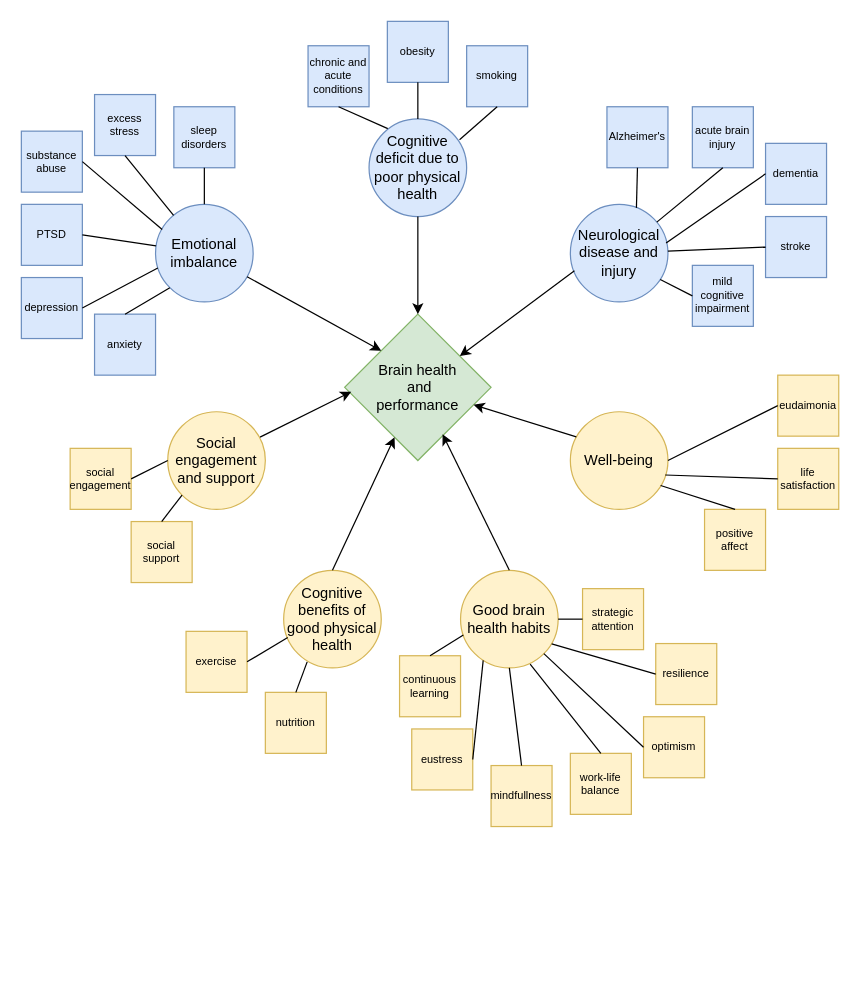
This is Pathways diagram.drawio from gennacampain/RProjects, a draw.io file, before an edit. Source tidied: cells renumbered, new cells numbered last; positions are measured from the earlier drawing's top-left corner, leaving out a move shared by most shapes. Both pictures are drawn from the tidied source at 122%, with x=0, y=0 at pixel (21, 21).
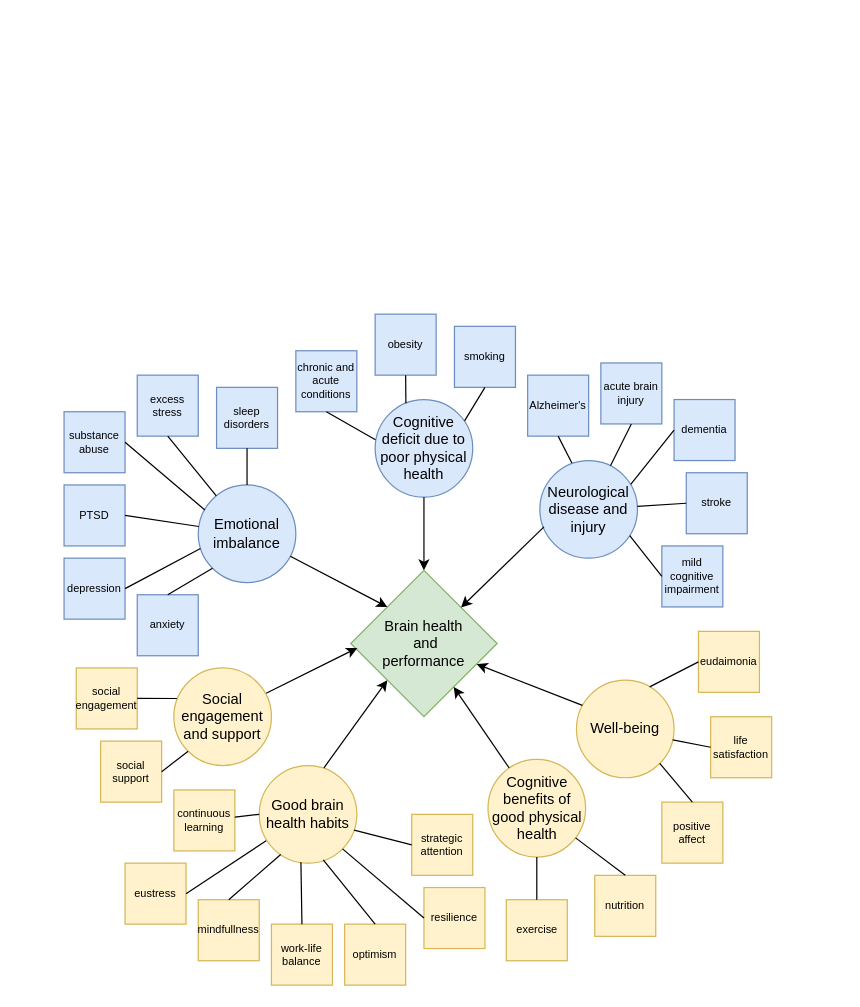
The same page after the edit.

What changed in the source:
```diff
@@
     <mxCell id="2" value="Emotional imbalance" style="ellipse;whiteSpace=wrap;html=1;fillColor=#dae8fc;strokeColor=#6c8ebf;" parent="1" vertex="1">
-      <mxGeometry x="110" y="150" width="80" height="80" as="geometry" />
+      <mxGeometry x="145" y="380" width="80" height="80" as="geometry" />
     </mxCell>
     <mxCell id="3" value="Neurological disease and injury" style="ellipse;whiteSpace=wrap;html=1;fillColor=#dae8fc;strokeColor=#6c8ebf;" parent="1" vertex="1">
-      <mxGeometry x="450" y="150" width="80" height="80" as="geometry" />
+      <mxGeometry x="425" y="360" width="80" height="80" as="geometry" />
     </mxCell>
     <mxCell id="4" value="Cognitive deficit due to poor physical health" style="ellipse;whiteSpace=wrap;html=1;fillColor=#dae8fc;strokeColor=#6c8ebf;" parent="1" vertex="1">
-      <mxGeometry x="285" y="80" width="80" height="80" as="geometry" />
+      <mxGeometry x="290" y="310" width="80" height="80" as="geometry" />
     </mxCell>
     <mxCell id="5" value="Well-being" style="ellipse;whiteSpace=wrap;html=1;fillColor=#fff2cc;strokeColor=#d6b656;" parent="1" vertex="1">
-      <mxGeometry x="450" y="320" width="80" height="80" as="geometry" />
+      <mxGeometry x="455" y="540" width="80" height="80" as="geometry" />
     </mxCell>
     <mxCell id="6" value="Social engagement and support" style="ellipse;whiteSpace=wrap;html=1;fillColor=#fff2cc;strokeColor=#d6b656;" parent="1" vertex="1">
-      <mxGeometry x="120" y="320" width="80" height="80" as="geometry" />
+      <mxGeometry x="125" y="530" width="80" height="80" as="geometry" />
     </mxCell>
     <mxCell id="7" value="Cognitive benefits of good physical health" style="ellipse;whiteSpace=wrap;html=1;fillColor=#fff2cc;strokeColor=#d6b656;" parent="1" vertex="1">
-      <mxGeometry x="215" y="450" width="80" height="80" as="geometry" />
+      <mxGeometry x="382.5" y="605" width="80" height="80" as="geometry" />
     </mxCell>
     <mxCell id="8" value="Good brain health habits" style="ellipse;whiteSpace=wrap;html=1;fillColor=#fff2cc;strokeColor=#d6b656;" parent="1" vertex="1">
-      <mxGeometry x="360" y="450" width="80" height="80" as="geometry" />
+      <mxGeometry x="195" y="610" width="80" height="80" as="geometry" />
     </mxCell>
     <mxCell id="9" value="dementia" style="whiteSpace=wrap;html=1;fontSize=9;fillColor=#dae8fc;strokeColor=#6c8ebf;" parent="1" vertex="1">
-      <mxGeometry x="610" y="100" width="50" height="50" as="geometry" />
+      <mxGeometry x="535" y="310" width="50" height="50" as="geometry" />
     </mxCell>
     <mxCell id="10" value="mild cognitive impairment" style="whiteSpace=wrap;html=1;fontSize=9;fillColor=#dae8fc;strokeColor=#6c8ebf;" parent="1" vertex="1">
-      <mxGeometry x="550" y="200" width="50" height="50" as="geometry" />
+      <mxGeometry x="525" y="430" width="50" height="50" as="geometry" />
     </mxCell>
     <mxCell id="11" value="Alzheimer's" style="whiteSpace=wrap;html=1;fontSize=9;fillColor=#dae8fc;strokeColor=#6c8ebf;" parent="1" vertex="1">
-      <mxGeometry x="480" y="70" width="50" height="50" as="geometry" />
+      <mxGeometry x="415" y="290" width="50" height="50" as="geometry" />
     </mxCell>
     <mxCell id="12" value="acute brain injury" style="whiteSpace=wrap;html=1;fontSize=9;direction=south;fillColor=#dae8fc;strokeColor=#6c8ebf;" parent="1" vertex="1">
-      <mxGeometry x="550" y="70" width="50" height="50" as="geometry" />
+      <mxGeometry x="475" y="280" width="50" height="50" as="geometry" />
     </mxCell>
     <mxCell id="13" value="stroke" style="whiteSpace=wrap;html=1;fontSize=9;fillColor=#dae8fc;strokeColor=#6c8ebf;" parent="1" vertex="1">
-      <mxGeometry x="610" y="160" width="50" height="50" as="geometry" />
+      <mxGeometry x="545" y="370" width="50" height="50" as="geometry" />
     </mxCell>
-    <mxCell id="14" style="endArrow=none;html=1;rounded=0;entryX=0.5;entryY=1;entryDx=0;entryDy=0;exitX=0.677;exitY=0.036;exitDx=0;exitDy=0;exitPerimeter=0;" parent="1" edge="1" source="3" target="11">
+    <mxCell id="14" style="endArrow=none;html=1;rounded=0;entryX=0.5;entryY=1;entryDx=0;entryDy=0;exitX=0.328;exitY=0.026;exitDx=0;exitDy=0;exitPerimeter=0;" parent="1" edge="1" source="3" target="11">
       <mxGeometry relative="1" as="geometry" />
     </mxCell>
@@
-    <mxCell id="16" style="endArrow=none;html=1;rounded=0;entryX=0;entryY=0.5;entryDx=0;entryDy=0;exitX=0.981;exitY=0.395;exitDx=0;exitDy=0;exitPerimeter=0;" parent="1" edge="1" source="3" target="9">
+    <mxCell id="16" style="endArrow=none;html=1;rounded=0;entryX=0;entryY=0.5;entryDx=0;entryDy=0;exitX=0.931;exitY=0.244;exitDx=0;exitDy=0;exitPerimeter=0;" parent="1" edge="1" source="3" target="9">
       <mxGeometry relative="1" as="geometry" />
     </mxCell>
@@
     <mxCell id="19" value="chronic and acute conditions" style="whiteSpace=wrap;html=1;fontSize=9;fillColor=#dae8fc;strokeColor=#6c8ebf;" parent="1" vertex="1">
-      <mxGeometry x="235" y="20" width="50" height="50" as="geometry" />
+      <mxGeometry x="225" y="270" width="50" height="50" as="geometry" />
     </mxCell>
     <mxCell id="20" value="obesity" style="whiteSpace=wrap;html=1;fontSize=9;fillColor=#dae8fc;strokeColor=#6c8ebf;" parent="1" vertex="1">
-      <mxGeometry x="300" width="50" height="50" as="geometry" />
+      <mxGeometry x="290" y="240" width="50" height="50" as="geometry" />
     </mxCell>
     <mxCell id="21" value="smoking" style="whiteSpace=wrap;html=1;fontSize=9;fillColor=#dae8fc;strokeColor=#6c8ebf;" parent="1" vertex="1">
-      <mxGeometry x="365" y="20" width="50" height="50" as="geometry" />
+      <mxGeometry x="355" y="250" width="50" height="50" as="geometry" />
     </mxCell>
-    <mxCell id="22" style="endArrow=none;html=1;rounded=0;entryX=0.5;entryY=1;entryDx=0;entryDy=0;exitX=0.192;exitY=0.099;exitDx=0;exitDy=0;exitPerimeter=0;" parent="1" edge="1" source="4" target="19">
+    <mxCell id="22" style="endArrow=none;html=1;rounded=0;entryX=0.5;entryY=1;entryDx=0;entryDy=0;exitX=0.003;exitY=0.411;exitDx=0;exitDy=0;exitPerimeter=0;" parent="1" edge="1" source="4" target="19">
       <mxGeometry relative="1" as="geometry" />
     </mxCell>
-    <mxCell id="23" style="endArrow=none;html=1;rounded=0;entryX=0.5;entryY=1;entryDx=0;entryDy=0;exitX=0.5;exitY=0;exitDx=0;exitDy=0;" parent="1" edge="1" source="4" target="20">
+    <mxCell id="23" style="endArrow=none;html=1;rounded=0;entryX=0.5;entryY=1;entryDx=0;entryDy=0;exitX=0.315;exitY=0.037;exitDx=0;exitDy=0;exitPerimeter=0;" parent="1" edge="1" source="4" target="20">
       <mxGeometry relative="1" as="geometry" />
     </mxCell>
-    <mxCell id="24" style="endArrow=none;html=1;rounded=0;entryX=0.5;entryY=1;entryDx=0;entryDy=0;exitX=0.927;exitY=0.213;exitDx=0;exitDy=0;exitPerimeter=0;" parent="1" edge="1" source="4" target="21">
+    <mxCell id="24" style="endArrow=none;html=1;rounded=0;entryX=0.5;entryY=1;entryDx=0;entryDy=0;exitX=0.916;exitY=0.218;exitDx=0;exitDy=0;exitPerimeter=0;" parent="1" edge="1" source="4" target="21">
       <mxGeometry relative="1" as="geometry" />
     </mxCell>
     <mxCell id="25" value="anxiety" style="whiteSpace=wrap;html=1;fontSize=9;fillColor=#dae8fc;strokeColor=#6c8ebf;" parent="1" vertex="1">
-      <mxGeometry x="60" y="240" width="50" height="50" as="geometry" />
+      <mxGeometry x="95" y="470" width="50" height="50" as="geometry" />
     </mxCell>
     <mxCell id="26" value="depression" style="whiteSpace=wrap;html=1;fontSize=9;fillColor=#dae8fc;strokeColor=#6c8ebf;" parent="1" vertex="1">
-      <mxGeometry y="210" width="50" height="50" as="geometry" />
+      <mxGeometry x="35" y="440" width="50" height="50" as="geometry" />
     </mxCell>
     <mxCell id="27" value="PTSD" style="whiteSpace=wrap;html=1;fontSize=9;fillColor=#dae8fc;strokeColor=#6c8ebf;" parent="1" vertex="1">
-      <mxGeometry y="150" width="50" height="50" as="geometry" />
+      <mxGeometry x="35" y="380" width="50" height="50" as="geometry" />
     </mxCell>
     <mxCell id="28" value="excess stress" style="whiteSpace=wrap;html=1;fontSize=9;fillColor=#dae8fc;strokeColor=#6c8ebf;" parent="1" vertex="1">
-      <mxGeometry x="60" y="60" width="50" height="50" as="geometry" />
+      <mxGeometry x="95" y="290" width="50" height="50" as="geometry" />
     </mxCell>
     <mxCell id="29" value="sleep disorders" style="whiteSpace=wrap;html=1;fontSize=9;fillColor=#dae8fc;strokeColor=#6c8ebf;" parent="1" vertex="1">
-      <mxGeometry x="125" y="70" width="50" height="50" as="geometry" />
+      <mxGeometry x="160" y="300" width="50" height="50" as="geometry" />
     </mxCell>
     <mxCell id="30" value="substance abuse" style="whiteSpace=wrap;html=1;fontSize=9;fillColor=#dae8fc;strokeColor=#6c8ebf;" parent="1" vertex="1">
-      <mxGeometry y="90" width="50" height="50" as="geometry" />
+      <mxGeometry x="35" y="320" width="50" height="50" as="geometry" />
     </mxCell>
@@
     <mxCell id="37" value="Brain health&lt;br&gt;&amp;nbsp;and &lt;br&gt;performance" style="rhombus;whiteSpace=wrap;html=1;fillColor=#d5e8d4;strokeColor=#82b366;" parent="1" vertex="1">
-      <mxGeometry x="265" y="240" width="120" height="120" as="geometry" />
+      <mxGeometry x="270" y="450" width="120" height="120" as="geometry" />
     </mxCell>
     <mxCell id="38" value="social engagement" style="whiteSpace=wrap;html=1;fontSize=9;fillColor=#fff2cc;strokeColor=#d6b656;" parent="1" vertex="1">
-      <mxGeometry x="40" y="350" width="50" height="50" as="geometry" />
+      <mxGeometry x="45" y="530" width="50" height="50" as="geometry" />
     </mxCell>
     <mxCell id="39" value="social support" style="whiteSpace=wrap;html=1;fontSize=9;fillColor=#fff2cc;strokeColor=#d6b656;" parent="1" vertex="1">
-      <mxGeometry x="90" y="410" width="50" height="50" as="geometry" />
+      <mxGeometry x="65" y="590" width="50" height="50" as="geometry" />
     </mxCell>
     <mxCell id="40" value="exercise" style="whiteSpace=wrap;html=1;fontSize=9;fillColor=#fff2cc;strokeColor=#d6b656;" parent="1" vertex="1">
-      <mxGeometry x="135" y="500" width="50" height="50" as="geometry" />
+      <mxGeometry x="397.5" y="720" width="50" height="50" as="geometry" />
     </mxCell>
     <mxCell id="41" value="nutrition" style="whiteSpace=wrap;html=1;fontSize=9;fillColor=#fff2cc;strokeColor=#d6b656;" parent="1" vertex="1">
-      <mxGeometry x="200" y="550" width="50" height="50" as="geometry" />
+      <mxGeometry x="470" y="700" width="50" height="50" as="geometry" />
     </mxCell>
     <mxCell id="42" value="continuous learning" style="whiteSpace=wrap;html=1;fontSize=9;fillColor=#fff2cc;strokeColor=#d6b656;" parent="1" vertex="1">
-      <mxGeometry x="310" y="520" width="50" height="50" as="geometry" />
+      <mxGeometry x="125" y="630" width="50" height="50" as="geometry" />
     </mxCell>
     <mxCell id="43" value="eustress" style="whiteSpace=wrap;html=1;fontSize=9;fillColor=#fff2cc;strokeColor=#d6b656;" parent="1" vertex="1">
-      <mxGeometry x="320" y="580" width="50" height="50" as="geometry" />
+      <mxGeometry x="85" y="690" width="50" height="50" as="geometry" />
     </mxCell>
     <mxCell id="44" value="mindfullness" style="whiteSpace=wrap;html=1;fontSize=9;fillColor=#fff2cc;strokeColor=#d6b656;" parent="1" vertex="1">
-      <mxGeometry x="385" y="610" width="50" height="50" as="geometry" />
+      <mxGeometry x="145" y="720" width="50" height="50" as="geometry" />
     </mxCell>
     <mxCell id="45" value="optimism" style="whiteSpace=wrap;html=1;fontSize=9;fillColor=#fff2cc;strokeColor=#d6b656;" parent="1" vertex="1">
-      <mxGeometry x="510" y="570" width="50" height="50" as="geometry" />
+      <mxGeometry x="265" y="740" width="50" height="50" as="geometry" />
     </mxCell>
     <mxCell id="46" value="resilience" style="whiteSpace=wrap;html=1;fontSize=9;fillColor=#fff2cc;strokeColor=#d6b656;" parent="1" vertex="1">
-      <mxGeometry x="520" y="510" width="50" height="50" as="geometry" />
+      <mxGeometry x="330" y="710" width="50" height="50" as="geometry" />
     </mxCell>
     <mxCell id="47" value="strategic attention" style="whiteSpace=wrap;html=1;fontSize=9;fillColor=#fff2cc;strokeColor=#d6b656;" parent="1" vertex="1">
-      <mxGeometry x="460" y="465" width="50" height="50" as="geometry" />
+      <mxGeometry x="320" y="650" width="50" height="50" as="geometry" />
     </mxCell>
     <mxCell id="48" value="work-life balance" style="whiteSpace=wrap;html=1;fontSize=9;fillColor=#fff2cc;strokeColor=#d6b656;" parent="1" vertex="1">
-      <mxGeometry x="450" y="600" width="50" height="50" as="geometry" />
+      <mxGeometry x="205" y="740" width="50" height="50" as="geometry" />
     </mxCell>
     <mxCell id="49" value="eudaimonia" style="whiteSpace=wrap;html=1;fontSize=9;fillColor=#fff2cc;strokeColor=#d6b656;" parent="1" vertex="1">
-      <mxGeometry x="620" y="290" width="50" height="50" as="geometry" />
+      <mxGeometry x="555" y="500" width="50" height="50" as="geometry" />
     </mxCell>
     <mxCell id="50" value="life satisfaction" style="whiteSpace=wrap;html=1;fontSize=9;fillColor=#fff2cc;strokeColor=#d6b656;" parent="1" vertex="1">
-      <mxGeometry x="620" y="350" width="50" height="50" as="geometry" />
+      <mxGeometry x="565" y="570" width="50" height="50" as="geometry" />
     </mxCell>
     <mxCell id="51" value="positive affect" style="whiteSpace=wrap;html=1;fontSize=9;fillColor=#fff2cc;strokeColor=#d6b656;" parent="1" vertex="1">
-      <mxGeometry x="560" y="400" width="50" height="50" as="geometry" />
+      <mxGeometry x="525" y="640" width="50" height="50" as="geometry" />
     </mxCell>
-    <mxCell id="52" style="endArrow=none;html=1;rounded=0;entryX=1;entryY=0.5;entryDx=0;entryDy=0;exitX=0;exitY=0.5;exitDx=0;exitDy=0;" parent="1" edge="1" source="6" target="38">
+    <mxCell id="52" style="endArrow=none;html=1;rounded=0;entryX=1;entryY=0.5;entryDx=0;entryDy=0;exitX=0.031;exitY=0.313;exitDx=0;exitDy=0;exitPerimeter=0;" parent="1" edge="1" source="6" target="38">
       <mxGeometry relative="1" as="geometry" />
     </mxCell>
-    <mxCell id="53" style="endArrow=none;html=1;rounded=0;entryX=0.5;entryY=0;entryDx=0;entryDy=0;exitX=0;exitY=1;exitDx=0;exitDy=0;" parent="1" edge="1" source="6" target="39">
+    <mxCell id="53" style="endArrow=none;html=1;rounded=0;entryX=1;entryY=0.5;entryDx=0;entryDy=0;exitX=0;exitY=1;exitDx=0;exitDy=0;" parent="1" edge="1" source="6" target="39">
       <mxGeometry relative="1" as="geometry" />
     </mxCell>
-    <mxCell id="54" style="endArrow=none;html=1;rounded=0;entryX=1;entryY=0.5;entryDx=0;entryDy=0;exitX=0.042;exitY=0.688;exitDx=0;exitDy=0;exitPerimeter=0;" parent="1" edge="1" source="7" target="40">
+    <mxCell id="54" style="endArrow=none;html=1;rounded=0;entryX=0.5;entryY=0;entryDx=0;entryDy=0;exitX=0.5;exitY=1;exitDx=0;exitDy=0;" parent="1" edge="1" source="7" target="40">
       <mxGeometry relative="1" as="geometry" />
     </mxCell>
-    <mxCell id="55" style="endArrow=none;html=1;rounded=0;entryX=0.5;entryY=0;entryDx=0;entryDy=0;exitX=0.241;exitY=0.938;exitDx=0;exitDy=0;exitPerimeter=0;" parent="1" edge="1" source="7" target="41">
+    <mxCell id="55" style="endArrow=none;html=1;rounded=0;entryX=0.5;entryY=0;entryDx=0;entryDy=0;" parent="1" edge="1" source="7" target="41">
       <mxGeometry relative="1" as="geometry" />
     </mxCell>
-    <mxCell id="56" style="endArrow=none;html=1;rounded=0;entryX=0.5;entryY=0;entryDx=0;entryDy=0;exitX=0.029;exitY=0.662;exitDx=0;exitDy=0;exitPerimeter=0;" parent="1" edge="1" source="8" target="42">
+    <mxCell id="56" style="endArrow=none;html=1;rounded=0;exitX=0;exitY=0.5;exitDx=0;exitDy=0;" parent="1" edge="1" source="8" target="42">
       <mxGeometry relative="1" as="geometry" />
     </mxCell>
-    <mxCell id="57" style="endArrow=none;html=1;rounded=0;entryX=1;entryY=0.5;entryDx=0;entryDy=0;exitX=0.232;exitY=0.922;exitDx=0;exitDy=0;exitPerimeter=0;" parent="1" edge="1" source="8" target="43">
+    <mxCell id="57" style="endArrow=none;html=1;rounded=0;entryX=1;entryY=0.5;entryDx=0;entryDy=0;exitX=0.071;exitY=0.77;exitDx=0;exitDy=0;exitPerimeter=0;" parent="1" edge="1" source="8" target="43">
       <mxGeometry relative="1" as="geometry" />
     </mxCell>
-    <mxCell id="58" style="endArrow=none;html=1;rounded=0;entryX=0.5;entryY=0;entryDx=0;entryDy=0;exitX=0.5;exitY=1;exitDx=0;exitDy=0;" parent="1" edge="1" source="8" target="44">
+    <mxCell id="58" style="endArrow=none;html=1;rounded=0;entryX=0.5;entryY=0;entryDx=0;entryDy=0;exitX=0.22;exitY=0.911;exitDx=0;exitDy=0;exitPerimeter=0;" parent="1" edge="1" source="8" target="44">
       <mxGeometry relative="1" as="geometry" />
     </mxCell>
-    <mxCell id="59" style="endArrow=none;html=1;rounded=0;entryX=0.5;entryY=0;entryDx=0;entryDy=0;exitX=0.713;exitY=0.961;exitDx=0;exitDy=0;exitPerimeter=0;" parent="1" edge="1" source="8" target="48">
+    <mxCell id="59" style="endArrow=none;html=1;rounded=0;entryX=0.5;entryY=0;entryDx=0;entryDy=0;exitX=0.427;exitY=0.99;exitDx=0;exitDy=0;exitPerimeter=0;" parent="1" edge="1" source="8" target="48">
       <mxGeometry relative="1" as="geometry" />
     </mxCell>
-    <mxCell id="60" style="endArrow=none;html=1;rounded=0;entryX=0;entryY=0.5;entryDx=0;entryDy=0;exitX=1;exitY=1;exitDx=0;exitDy=0;" parent="1" edge="1" source="8" target="45">
+    <mxCell id="60" style="endArrow=none;html=1;rounded=0;entryX=0.5;entryY=0;entryDx=0;entryDy=0;exitX=0.656;exitY=0.967;exitDx=0;exitDy=0;exitPerimeter=0;" parent="1" edge="1" source="8" target="45">
       <mxGeometry relative="1" as="geometry" />
     </mxCell>
-    <mxCell id="61" style="endArrow=none;html=1;rounded=0;entryX=0;entryY=0.5;entryDx=0;entryDy=0;exitX=0.934;exitY=0.754;exitDx=0;exitDy=0;exitPerimeter=0;" parent="1" edge="1" source="8" target="46">
+    <mxCell id="61" style="endArrow=none;html=1;rounded=0;entryX=0;entryY=0.5;entryDx=0;entryDy=0;exitX=1;exitY=1;exitDx=0;exitDy=0;" parent="1" edge="1" source="8" target="46">
       <mxGeometry relative="1" as="geometry" />
     </mxCell>
-    <mxCell id="62" style="endArrow=none;html=1;rounded=0;entryX=0;entryY=0.5;entryDx=0;entryDy=0;exitX=1;exitY=0.5;exitDx=0;exitDy=0;" parent="1" edge="1" source="8" target="47">
+    <mxCell id="62" style="endArrow=none;html=1;rounded=0;entryX=0;entryY=0.5;entryDx=0;entryDy=0;exitX=0.972;exitY=0.662;exitDx=0;exitDy=0;exitPerimeter=0;" parent="1" edge="1" source="8" target="47">
       <mxGeometry relative="1" as="geometry" />
     </mxCell>
-    <mxCell id="63" style="endArrow=none;html=1;rounded=0;entryX=0;entryY=0.5;entryDx=0;entryDy=0;exitX=1;exitY=0.5;exitDx=0;exitDy=0;" parent="1" edge="1" source="5" target="49">
+    <mxCell id="63" style="endArrow=none;html=1;rounded=0;entryX=0;entryY=0.5;entryDx=0;entryDy=0;exitX=0.75;exitY=0.069;exitDx=0;exitDy=0;exitPerimeter=0;" parent="1" edge="1" source="5" target="49">
       <mxGeometry relative="1" as="geometry" />
     </mxCell>
-    <mxCell id="64" style="endArrow=none;html=1;rounded=0;exitX=0.972;exitY=0.648;exitDx=0;exitDy=0;entryX=0;entryY=0.5;entryDx=0;entryDy=0;exitPerimeter=0;" parent="1" edge="1" source="5" target="50">
+    <mxCell id="64" style="endArrow=none;html=1;rounded=0;entryX=0;entryY=0.5;entryDx=0;entryDy=0;exitX=0.986;exitY=0.611;exitDx=0;exitDy=0;exitPerimeter=0;" parent="1" edge="1" source="5" target="50">
       <mxGeometry relative="1" as="geometry" />
     </mxCell>
-    <mxCell id="65" style="endArrow=none;html=1;rounded=0;exitX=0.925;exitY=0.756;exitDx=0;exitDy=0;entryX=0.5;entryY=0;entryDx=0;entryDy=0;exitPerimeter=0;" parent="1" edge="1" source="5" target="51">
+    <mxCell id="65" style="endArrow=none;html=1;rounded=0;exitX=1;exitY=1;exitDx=0;exitDy=0;entryX=0.5;entryY=0;entryDx=0;entryDy=0;" parent="1" edge="1" source="5" target="51">
       <mxGeometry relative="1" as="geometry" />
     </mxCell>
@@
-    <mxCell id="69" style="endArrow=classic;html=1;rounded=0;exitX=0.5;exitY=0;exitDx=0;exitDy=0;entryX=0.669;entryY=0.82;entryDx=0;entryDy=0;entryPerimeter=0;" parent="1" edge="1" source="8" target="37">
+    <mxCell id="69" style="endArrow=classic;html=1;rounded=0;entryX=0;entryY=1;entryDx=0;entryDy=0;exitX=0.663;exitY=0.023;exitDx=0;exitDy=0;exitPerimeter=0;" parent="1" edge="1" source="8" target="37">
       <mxGeometry relative="1" as="geometry" />
     </mxCell>
-    <mxCell id="70" style="endArrow=classic;html=1;rounded=0;exitX=0.5;exitY=0;exitDx=0;exitDy=0;" parent="1" edge="1" source="7" target="37">
+    <mxCell id="70" style="endArrow=classic;html=1;rounded=0;" parent="1" edge="1" source="7" target="37">
       <mxGeometry relative="1" as="geometry" />
     </mxCell>
```
